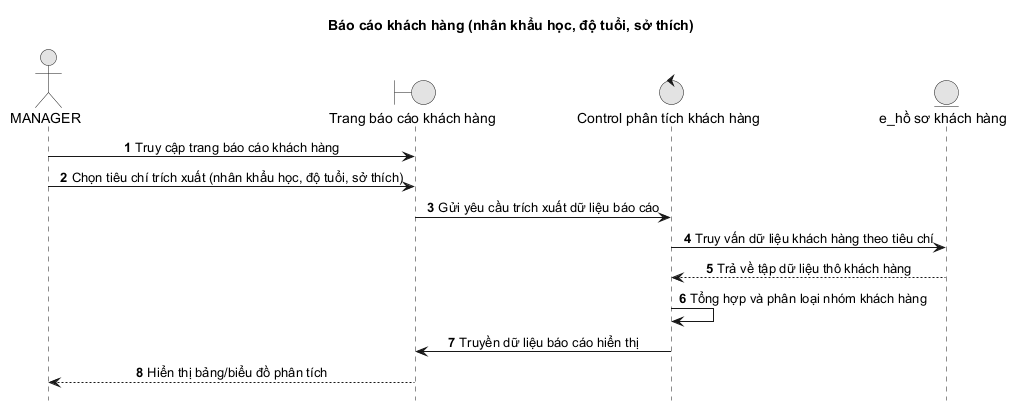
Before: docs/diagrams/sequence-new/admin/05-customer-report.png, a diagram exported from PlantUML (duygri/do-an-htttdn-crm).
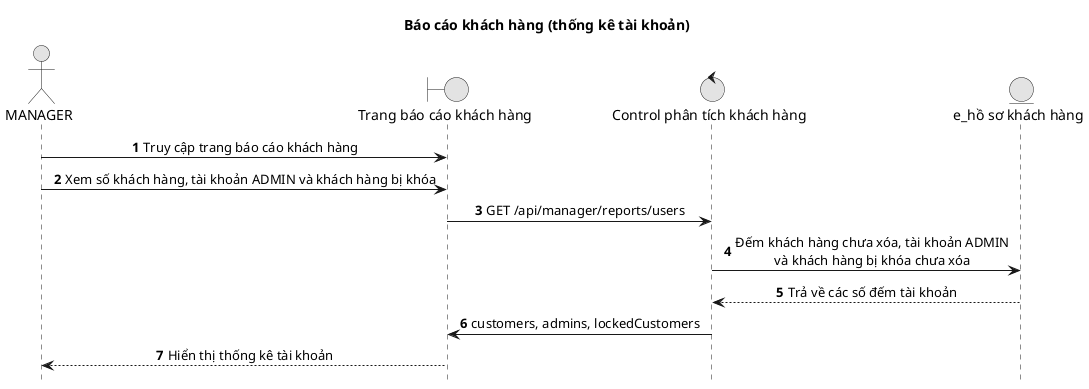
After the change.

Change to the diagram source:
```diff
@@ -1,5 +1,5 @@
 @startuml
-title Báo cáo khách hàng (nhân khẩu học, độ tuổi, sở thích)
+title Báo cáo khách hàng (thống kê tài khoản)
 
 autonumber
 hide footbox
@@ -12,11 +12,10 @@
 entity "e_hồ sơ khách hàng" as Entity
 
 Manager -> Boundary: Truy cập trang báo cáo khách hàng
-Manager -> Boundary: Chọn tiêu chí trích xuất (nhân khẩu học, độ tuổi, sở thích)
-Boundary -> Control: Gửi yêu cầu trích xuất dữ liệu báo cáo
-Control -> Entity: Truy vấn dữ liệu khách hàng theo tiêu chí
-Entity --> Control: Trả về tập dữ liệu thô khách hàng
-Control -> Control: Tổng hợp và phân loại nhóm khách hàng
-Control -> Boundary: Truyền dữ liệu báo cáo hiển thị
-Boundary --> Manager: Hiển thị bảng/biểu đồ phân tích
+Manager -> Boundary: Xem số khách hàng, tài khoản ADMIN và khách hàng bị khóa
+Boundary -> Control: GET /api/manager/reports/users
+Control -> Entity: Đếm khách hàng chưa xóa, tài khoản ADMIN\nvà khách hàng bị khóa chưa xóa
+Entity --> Control: Trả về các số đếm tài khoản
+Control -> Boundary: customers, admins, lockedCustomers
+Boundary --> Manager: Hiển thị thống kê tài khoản
 @enduml
```
